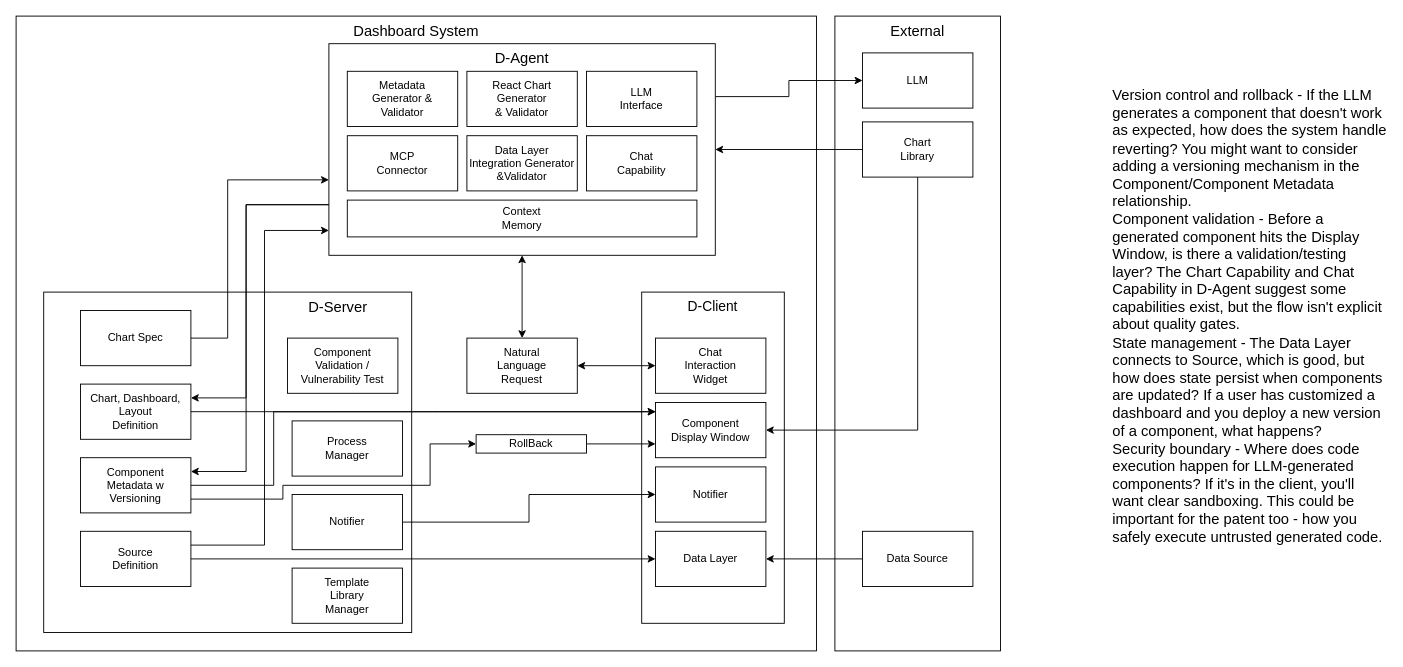
Before: page "Component Diagram" (3 of 4) of docs/dashboard-architecture.drawio in trv-enterprises/trve-dashboard, a draw.io diagram. Source tidied: cells renumbered, new cells numbered last; positions are measured from the earlier drawing's top-left corner, leaving out a move shared by most shapes. Both pictures are drawn from the tidied source at 92%, with x=0, y=0 at pixel (16, 16).
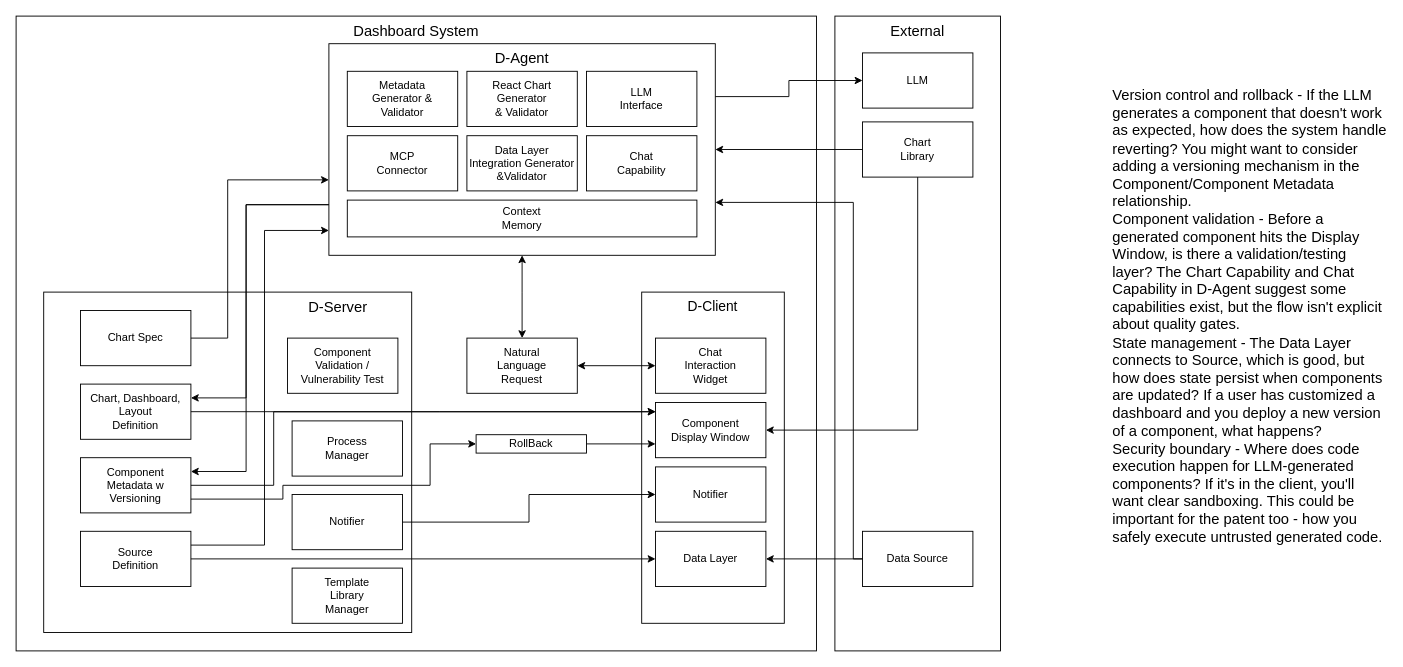
Above is the later version.

Commit message (it also covers changes not shown here):
Fix chart rendering in dashboard viewer and preview

The change refers to these unchanged cells:
```xml
<mxCell id="15" value="D-Agent" style="rounded=0;whiteSpace=wrap;html=1;verticalAlign=top;fontSize=16;" parent="3" vertex="1">
  <mxGeometry x="340" y="30" width="420" height="230" as="geometry" />
</mxCell>
<mxCell id="42" value="Data Source" style="rounded=0;whiteSpace=wrap;html=1;" parent="40" vertex="1">
  <mxGeometry x="30" y="560" width="120" height="60" as="geometry" />
</mxCell>
```

Diff of the diagram source:
```diff
@@
+    <mxCell id="48" style="edgeStyle=orthogonalEdgeStyle;rounded=0;jettySize=auto;html=1;exitX=0;exitY=0.5;exitDx=0;exitDy=0;entryX=1;entryY=0.75;entryDx=0;entryDy=0;" parent="1" edge="1" source="42" target="15">
+      <mxGeometry relative="1" as="geometry">
+        <Array as="points">
+          <mxPoint x="910" y="590" />
+          <mxPoint x="910" y="203" />
+        </Array>
+      </mxGeometry>
+    </mxCell>
```
